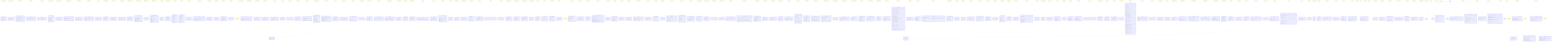
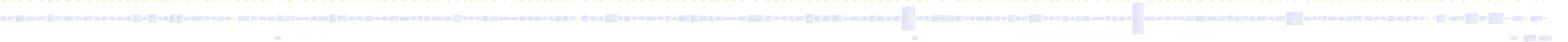
classDiagram
    class AppliedPresetTag {
        <<interface>>
        +name: string
        +orbitButton: ButtonToken
        +panButton: ButtonToken
    }
    note for AppliedPresetTag "src/render/cameraControls.ts"
    class ArchiveActions {
        <<interface>>
        +readonly canResume: boolean
        +readonly canReview: boolean
    }
    note for ArchiveActions "src/ui/widgets/archiveModel.ts"
    class ArchiveDeps {
        <<interface>>
        +readonly doc: Document
        +listArchive(): Promise~readonly ArchiveListing[]~
        +popScope(): void
        +pushScope(scope: ArchiveScope): void
        +registerOpenArchive(open: () =~ void): void
        +resumeArchived(id: string): Promise~void~
        +reviewArchived(id: string): Promise~void~
    }
    note for ArchiveDeps "src/ui/widgets/archive.ts"
    class ArchivedMeta {
        <<interface>>
        +readonly players: Readonly~Record~string, string~~
        +readonly result: string
        +readonly startedAt: number
    }
    note for ArchivedMeta "src/persist/archive.ts"
    class ArchiveInspect {
        <<interface>>
+         +getEndState(): EndState
        +listArchive(): Promise~readonly ArchiveListing[]~
    }
    note for ArchiveInspect "src/debug/window.ts"
    class ArchiveItem {
        <<interface>>
        +readonly canResume: boolean
        +readonly canReview: boolean
        +readonly conflicted: boolean
        +readonly headHash: string
        +readonly id: string
        +readonly playersLabel: string
        +readonly result: string
        +readonly startedAt: number
    }
    note for ArchiveItem "src/ui/widgets/archiveModel.ts"
    class ArchiveListing {
        <<interface>>
        +readonly id: string
        +readonly meta: ArchiveListingMeta
    }
    note for ArchiveListing "src/ui/widgets/archiveModel.ts"
    class ArchiveListingMeta {
        <<interface>>
        +readonly headHash: string
        +readonly players: Readonly~Record~string, string~~
        +readonly result: string
        +readonly startedAt: number
    }
    note for ArchiveListingMeta "src/ui/widgets/archiveModel.ts"
    class ArchiveModel {
        <<interface>>
        +readonly isEmpty: boolean
        +readonly items: readonly ArchiveItem[]
    }
    note for ArchiveModel "src/ui/widgets/archiveModel.ts"
    class ArchiveScope {
        <<interface>>
        +readonly bindings: Readonly~Record~string, string~~
        +readonly blocking: true
        +readonly id: string
    }
    note for ArchiveScope "src/ui/widgets/archive.ts"
    class Axis {
        <<interface>>
        +readonly category: LineCategory
        +readonly vec: Coord
    }
    note for Axis "src/core/axes.ts"
    class BannerButton {
        <<interface>>
        +readonly commandId: string
        +readonly enabled: boolean
        +readonly label: string
    }
    note for BannerButton "src/ui/widgets/bannerModel.ts"
    class BannerContext {
        <<interface>>
        +readonly history: BannerHistory
        +readonly offTurnBlocks: number
    }
    note for BannerContext "src/ui/widgets/banner.ts"
    class BannerDeps {
        <<interface>>
        +readonly doc: Document
        +dispatch(commandId: string): boolean
    }
    note for BannerDeps "src/ui/widgets/banner.ts"
    class BannerHistory {
        <<interface>>
        +readonly canRedo: boolean
        +readonly canReset: boolean
        +readonly canUndo: boolean
    }
    note for BannerHistory "src/ui/widgets/bannerModel.ts"
    class BannerModel {
        <<interface>>
        +readonly blackCaptures: number
        +readonly blackCapturesLabel: string
        +readonly buttons: readonly BannerButton[]
        +readonly capturesSeparator: string
        +readonly player: Player
        +readonly status: 'turn' | 'winner'
        +readonly whiteCaptures: number
        +readonly whiteCapturesLabel: string
    }
    note for BannerModel "src/ui/widgets/bannerModel.ts"
    class BoardConfig {
        <<interface>>
        +readonly size: number
    }
    note for BoardConfig "src/ui/widgets/settingsModel.ts"
    class CameraPresetReadout {
        <<interface>>
        +maxDistance: number
        +minDistance: number
        +mouseButtons: Object
        +name: string
        +orbitButton: 'LEFT' | 'MIDDLE' | 'RIGHT'
        +panButton: 'LEFT' | 'MIDDLE' | 'RIGHT'
        +panSpeed: number
        +rotateSpeed: number
        +zoomSpeed: number
        +zoomToCursor: boolean
    }
    note for CameraPresetReadout "src/render/cameraControls.ts"
    class CameraReadout {
        <<interface>>
        +position: Object
        +target: Object
    }
    note for CameraReadout "src/render/scene.ts"
    class ColorFieldModel {
        <<interface>>
        +readonly key: string
        +readonly label: string
        +readonly value: string
    }
    note for ColorFieldModel "src/ui/widgets/settingsModel.ts"
    class ColorsPreview {
        <<interface>>
        +background: string
        +blackPiece: string
        +emptySphere: string
        +hoverHighlight: string
        +lineFaceDiagonal: string
        +lineOpacity: number
        +lineOrthogonal: string
        +lineSpaceDiagonal: string
        +tempPiece: string
        +whitePiece: string
        +winningLine: string
    }
    note for ColorsPreview "src/render/scene.ts"
    class ColorsReadout {
        <<interface>>
        +background: string
        +blackPiece: string
        +emptySphere: string
        +hoverHighlight: string
        +lineFaceDiagonal: string
        +lineOpacity: number
        +lineOrthogonal: string
        +lineSpaceDiagonal: string
        +tempPiece: string
        +whitePiece: string
        +winningLine: string
    }
    note for ColorsReadout "src/render/scene.ts"
    class Command {
        <<interface>>
        +readonly id: CommandId
        +run(ctx: CommandContext): void
    }
    note for Command "src/input/commands.ts"
    class CommandRegistry {
        <<interface>>
        +dispatch(id: CommandId, ctx: CommandContext): boolean
        +get(id: CommandId): Command | undefined
        +has(id: CommandId): boolean
        +ids(): CommandId[]
    }
    note for CommandRegistry "src/input/commands.ts"
    class ConfirmResult {
        <<interface>>
        +readonly commit: Coord | null
        +readonly next: TempPlacement
    }
    note for ConfirmResult "src/input/placement.ts"
    class ConflictedGame {
        <<interface>>
        +readonly mine: Game
        +readonly theirs: Game
    }
    note for ConflictedGame "src/persist/archive.ts"
    class ConflictedRecord {
        <<interface>>
        +readonly forks: Object
        +readonly size: number
    }
    note for ConflictedRecord "src/persist/archive.ts"
    class ConflictInput {
        <<interface>>
        +readonly meta: ArchivedMeta
        +readonly mineLog: EventLog
        +readonly size: number
        +readonly theirsLog: EventLog
    }
    note for ConflictInput "src/persist/archive.ts"
    class ConnectOptions {
        <<interface>>
        +readonly password: string
    }
    note for ConnectOptions "src/net/transport.ts"
    class ControlPreset {
        <<interface>>
        +readonly invertY: boolean
        +readonly maxDistance: number
        +readonly minDistance: number
        +readonly orbit: Gesture
        +readonly orbitSpeed: number
        +readonly pan: Gesture
        +readonly panSpeed: number
        +readonly zoom: Gesture
        +readonly zoomSpeed: number
        +readonly zoomToCursor: boolean
    }
    note for ControlPreset "src/render/cameraPresets.ts"
    class ControlsConfig {
        <<interface>>
        +readonly preset: string
        +readonly presets: Readonly~Record~string, ControlPreset~~
    }
    note for ControlsConfig "src/render/cameraPresets.ts"
    class ControlsConfig {
        <<interface>>
        +readonly preset: string
        +readonly presets: Readonly~Record~string, unknown~~
    }
    note for ControlsConfig "src/ui/widgets/settingsModel.ts"
    class DragGuardConfig {
        <<interface>>
        +readonly enabled: boolean
        +readonly thresholdPx: number
    }
    note for DragGuardConfig "src/input/pointerGesture.ts"
    class EditableProbe {
        <<interface>>
        +readonly isContentEditable: boolean
        +readonly tagName: string
    }
    note for EditableProbe "src/input/keybindings.ts"
    class Emitter {
        <<interface>>
        +emit(payload: T): void
        +subscribe(fn: (payload: T) =~ void): () =~ void
    }
    note for Emitter "src/util/emitter.ts"
+     class EndState {
+         <<interface>>
+         +readonly iWon: boolean
+         +readonly rematchUi: RematchUi
+         +readonly resultText: string
+         +readonly show: boolean
+         +readonly winReason: WinReason | null
+         +readonly winner: Player | null
+     }
+     note for EndState "src/net/endState.ts"
+     class EndStateOverlayDeps {
+         <<interface>>
+         +readonly doc: Document
+         +getEndState(): EndState
+         +proposeRematch(): boolean
+         +respondRematch(accepted: boolean): boolean
+     }
+     note for EndStateOverlayDeps "src/ui/widgets/endStateOverlay.ts"
    class Entry {
        <<interface>>
        +fn: (payload: T) =~ void
    }
    note for Entry "src/util/emitter.ts"
    class EventLog {
        <<interface>>
        +readonly entries: readonly LogEntry[]
    }
    note for EventLog "src/core/eventLog.ts"
    class GameExport {
        <<interface>>
        +readonly log: readonly Event[]
        +readonly settings: GameSettings
        +readonly size: number
    }
    note for GameExport "src/core/serialize.ts"
    class GameMeta {
        <<interface>>
        +readonly headHash: string
        +readonly players: Readonly~Record~string, string~~
        +readonly result: string
        +readonly startedAt: number
    }
    note for GameMeta "src/persist/db.ts"
    class GameRecord {
        <<interface>>
        +readonly id: string
        +readonly log: readonly Readonly~Record~string, unknown~~[]
        +readonly meta: GameMeta
    }
    note for GameRecord "src/persist/db.ts"
    class GameState {
        <<interface>>
        +readonly captures: Readonly~Record~Player, number~~
        +readonly pieces: Readonly~Record~NodeKey, Player~~
        +readonly size: number
        +readonly turn: Player
        +readonly winner: Player | null
        +readonly winningLine: readonly NodeKey[]
    }
    note for GameState "src/core/gameState.ts"
    class GenerateLineResult {
        <<interface>>
        +readonly line: Line
        +readonly ok: boolean
        +readonly warning: string
    }
    note for GenerateLineResult "src/core/lines.ts"
    class HandshakeState {
        <<interface>>
        +readonly pending: PendingProposal | null
        +readonly resolution: Resolution | null
    }
    note for HandshakeState "src/net/handshake.ts"
    class HelpDeps {
        <<interface>>
        +readonly doc: Document
        +getHelpSources(): HelpSources
        +popScope(): void
        +pushScope(scope: HelpScope): void
        +registerOpenHelp(open: () =~ void): void
    }
    note for HelpDeps "src/ui/widgets/help.ts"
    class HelpModel {
        <<interface>>
        +readonly rows: readonly HelpRow[]
    }
    note for HelpModel "src/ui/widgets/helpModel.ts"
    class HelpRow {
        <<interface>>
        +readonly commandId: string
        +readonly keys: readonly string[]
        +readonly label: string
    }
    note for HelpRow "src/ui/widgets/helpModel.ts"
    class HelpScope {
        <<interface>>
        +readonly bindings: Readonly~Record~string, string~~
        +readonly blocking: true
        +readonly id: string
    }
    note for HelpScope "src/ui/widgets/help.ts"
    class HelpSources {
        <<interface>>
        +readonly bindings: Readonly~Record~string, string~~
        +readonly commandIds: readonly string[]
        +readonly labels: Readonly~Record~string, string~~
    }
    note for HelpSources "src/ui/widgets/helpModel.ts"
    class HistoryFacts {
        <<interface>>
        +readonly maxPly: number
        +readonly viewedPly: number
    }
    note for HistoryFacts "src/ui/widgets/sliderModel.ts"
    class HistoryReadout {
        <<interface>>
        +maxPly: number
        +scrubbing: boolean
        +viewedPly: number
    }
    note for HistoryReadout "src/render/scene.ts"
    class HistorySliderDeps {
        <<interface>>
        +readonly doc: Document
        +getHistory(): HistoryFacts
        +scrubTo(k: number): void
    }
    note for HistorySliderDeps "src/ui/widgets/historySlider.ts"
    class HoverLookup {
        <<interface>>
        +readonly byId: ReadonlyMap~LineId, LineRef~
        +readonly linesThrough: ReadonlyMap~NodeKey, readonly LineRef[]~
    }
    note for HoverLookup "src/render/hover.ts"
    class HoverTarget {
        <<interface>>
        +readonly lines: readonly LineId[]
        +readonly nodes: readonly NodeKey[]
        +readonly pieces: readonly NodeKey[]
    }
    note for HoverTarget "src/render/hover.ts"
    class InputHandle {
        <<interface>>
        +readonly registry: CommandRegistry
        +dispatch(id: string): boolean
        +dispose(): void
        +handleChord(chord: string): KeyResolution
        +pop(): void
        +push(scope: Scope): void
        +readout(): InputReadout
        +stack(): ScopeStack
    }
    note for InputHandle "src/input/setup.ts"
    class InputReadout {
        <<interface>>
        +commands: string[]
        +scopes: string[]
    }
    note for InputReadout "src/input/setup.ts"
    class InstanceRange {
        <<interface>>
        +readonly count: number
        +readonly start: number
    }
    note for InstanceRange "src/render/linesLayout.ts"
    class KeybindingRow {
        <<interface>>
        +readonly commandId: string
        +readonly key: string
    }
    note for KeybindingRow "src/ui/widgets/settingsModel.ts"
    class KeyChordEvent {
        <<interface>>
        +readonly altKey: boolean
        +readonly ctrlKey: boolean
        +readonly key: string
        +readonly metaKey: boolean
        +readonly shiftKey: boolean
    }
    note for KeyChordEvent "src/input/keybindings.ts"
    class KeyResolution {
        <<interface>>
        +readonly commandId: CommandId | null
        +readonly handled: boolean
        +readonly scopeId: string | null
    }
    note for KeyResolution "src/input/scopes.ts"
    class LayoutConfig {
        <<interface>>
        +readonly widgets: Readonly~Record~string, WidgetPlacement~~
    }
    note for LayoutConfig "src/ui/layout.ts"
    class LayoutReadout {
        <<interface>>
        +zones: Record~string, string[]~
    }
    note for LayoutReadout "src/ui/container.ts"
    class LifecycleObservation {
        <<interface>>
        +readonly generation: number
        +readonly hasWinner: boolean
        +readonly ply: number
    }
    note for LifecycleObservation "src/persist/gameLifecycle.ts"
    class LifecycleState {
        <<interface>>
        +readonly finalized: boolean
        +readonly generation: number
        +readonly ply: number
    }
    note for LifecycleState "src/persist/gameLifecycle.ts"
    class LifecycleTransition {
        <<interface>>
        +readonly finalizeCurrent: boolean
        +readonly mintFresh: boolean
        +readonly next: LifecycleState
    }
    note for LifecycleTransition "src/persist/gameLifecycle.ts"
    class LightingConfig {
        <<interface>>
        +ambient: Object
        +directional: Object
    }
    note for LightingConfig "src/render/sceneConfig.ts"
    class LightingReadout {
        <<interface>>
        +ambient: Object
        +background: number
        +directional: Object
    }
    note for LightingReadout "src/render/scene.ts"
    class Line {
        <<interface>>
        +readonly axisIndex: number
        +readonly category: LineCategory
        +readonly entryNode: Coord
        +readonly id: LineId
        +readonly nodes: Coord[]
    }
    note for Line "src/core/lines.ts"
    class LineColorsConfig {
        <<interface>>
        +hoverHighlight: string
        +lineFaceDiagonal: string
        +lineOpacity: number
        +lineOrthogonal: string
        +lineSpaceDiagonal: string
    }
    note for LineColorsConfig "src/render/lines.ts"
    class LineGeometryConfig {
        <<interface>>
        +lineThickness: number
        +spacing: number
    }
    note for LineGeometryConfig "src/render/lines.ts"
    class LineGroup {
        <<interface>>
        +readonly lines: readonly Line[]
        +readonly rangeOf: ReadonlyMap~LineId, InstanceRange~
        +readonly segmentCount: number
        +readonly segments: readonly LineSegment[]
    }
    note for LineGroup "src/render/linesLayout.ts"
    class LineGroupReadout {
        <<interface>>
        +blending: BlendMode
        +category: LineCategory
        +highlightedSegmentCount: number
        +lineCount: number
        +segmentCount: number
        +visible: boolean
    }
    note for LineGroupReadout "src/render/lines.ts"
    class LineRef {
        <<interface>>
        +readonly category: LineCategory
        +readonly id: LineId
        +readonly nodeKeys: readonly NodeKey[]
    }
    note for LineRef "src/render/hover.ts"
    class LineSegment {
        <<interface>>
        +readonly a: Coord
        +readonly b: Coord
        +readonly lineId: LineId
    }
    note for LineSegment "src/render/linesLayout.ts"
    class LinesHandle {
        <<interface>>
        +readonly object: THREE.Group
        +dispose(): void
        +getVisibleLines(): LineGroupReadout[]
        +highlight(lineIds: readonly LineId[]): void
        +pickables(): Object[]
        +rangeOf(category: LineCategory, lineId: LineId): Object | null
        +setBaseColor(category: LineCategory, hex: string): string
        +setBlending(category: LineCategory, mode: BlendMode): BlendMode
        +setOpacity(opacity: number): number
        +setVisible(category: LineCategory, visible: boolean): void
    }
    note for LinesHandle "src/render/lines.ts"
    class LogEntry {
        <<interface>>
        +readonly event: Event
        +readonly hash: string
    }
    note for LogEntry "src/core/eventLog.ts"
    class Logger {
        <<interface>>
        +debug(args: unknown[]): void
        +error(args: unknown[]): void
        +info(args: unknown[]): void
        +trace(args: unknown[]): void
        +warn(args: unknown[]): void
    }
    note for Logger "src/debug/log.ts"
    class MarkerColorsConfig {
        <<interface>>
        +emptySphere: string
        +hoverHighlight: string
    }
    note for MarkerColorsConfig "src/render/markers.ts"
    class MarkerGeometryConfig {
        <<interface>>
        +markerRadius: number
        +sphereSegments: Object
    }
    note for MarkerGeometryConfig "src/render/markers.ts"
    class MarkerIndex {
        <<interface>>
        +readonly count: number
        +readonly instanceIdOf: ReadonlyMap~NodeKey, number~
        +readonly nodeOfInstance: readonly NodeKey[]
    }
    note for MarkerIndex "src/render/markersLayout.ts"
    class MarkerMaterialsConfig {
        <<interface>>
        +markerDepthWrite: boolean
        +markerOpacity: number
    }
    note for MarkerMaterialsConfig "src/render/markers.ts"
    class MarkerNodeReadout {
        <<interface>>
        +highlighted: boolean
        +instanceColorHex: string
        +instanceId: number
        +node: NodeKey
        +visible: boolean
    }
    note for MarkerNodeReadout "src/render/markers.ts"
    class MarkerRenderingConfig {
        <<interface>>
        +marker: Object
    }
    note for MarkerRenderingConfig "src/render/markers.ts"
    class MarkersHandle {
        <<interface>>
        +readonly object: THREE.Group
        +dispose(): void
        +getMarkers(query: readonly NodeKey[]): MarkersReadout
        +highlight(nodes: readonly NodeKey[]): void
        +setColor(hex: string): string
        +setMaterial(params: Object): void
        +sync(state: GameState): void
    }
    note for MarkersHandle "src/render/markers.ts"
    class MarkersReadout {
        <<interface>>
        +baseColorHex: string
        +count: number
        +highlightedCount: number
        +materialEmissiveIntensity: number
        +metalness: number
        +nodes: MarkerNodeReadout[]
        +opacity: number
        +roughness: number
        +visibleCount: number
    }
    note for MarkersReadout "src/render/markers.ts"
    class MenuDeps {
        <<interface>>
        +readonly doc: Document
        +readonly entries: readonly MenuEntrySpec[]
        +dispatch(commandId: string): boolean
        +popScope(): void
        +pushScope(scope: MenuScope): void
    }
    note for MenuDeps "src/ui/widgets/menu.ts"
    class MenuEntrySpec {
        <<interface>>
        +readonly commandId: string
        +readonly id: string
        +readonly label: string
        +readonly order: number
        +readonly visible: boolean
    }
    note for MenuEntrySpec "src/ui/widgets/menuModel.ts"
    class MenuItem {
        <<interface>>
        +readonly commandId: string
        +readonly id: string
        +readonly label: string
    }
    note for MenuItem "src/ui/widgets/menuModel.ts"
    class MenuModel {
        <<interface>>
        +readonly items: readonly MenuItem[]
    }
    note for MenuModel "src/ui/widgets/menuModel.ts"
    class MenuOpenState {
        <<interface>>
        +readonly open: boolean
    }
    note for MenuOpenState "src/ui/widgets/menuModel.ts"
    class MenuScope {
        <<interface>>
        +readonly bindings: Readonly~Record~string, string~~
        +readonly blocking: boolean
        +readonly id: string
    }
    note for MenuScope "src/ui/widgets/menu.ts"
    class MqttClientLike {
        <<interface>>
        +end(): this
        +on(event: 'connect', cb: () =~ void): this
        +on(event: 'error', cb: (err: Error) =~ void): this
        +on(event: 'message', cb: (topic: string, payload: Uint8Array, packet: Object) =~ void): this
        +on(event: string, cb: (...args: never[]) =~ void): this
        +publish(topic: string, payload: string, opts: MqttPublishOptions, cb: () =~ void): this
        +subscribe(topics: string[], cb: (err: Error | null) =~ void): this
    }
    note for MqttClientLike "src/net/mqttTransport.ts"
    class MqttConnectOptions {
        <<interface>>
        +readonly clientId: string
        +readonly connectTimeout: number
        +readonly password: string
        +readonly reconnectPeriod: number
        +readonly username: string
        +readonly will: MqttWill
    }
    note for MqttConnectOptions "src/net/mqttTransport.ts"
    class MqttPublishOptions {
        <<interface>>
        +readonly qos: 0 | 1 | 2
        +readonly retain: boolean
    }
    note for MqttPublishOptions "src/net/mqttTransport.ts"
    class MqttTransportDeps {
        <<interface>>
        +readonly connect: MqttConnectFn
        +readonly peerId: string
    }
    note for MqttTransportDeps "src/net/mqttTransport.ts"
    class MqttWill {
        <<interface>>
        +readonly payload: string
        +readonly qos: 0 | 1 | 2
        +readonly retain: boolean
        +readonly topic: string
    }
    note for MqttWill "src/net/mqttTransport.ts"
    class NetDeps {
        <<interface>>
        +readonly doc: Document
        +copyToClipboard(text: string): Promise~void~
        +getNet(): NetSessionState
    }
    note for NetDeps "src/ui/widgets/net.ts"
    class NetHooks {
        <<interface>>
        +canPlace(): boolean
        +getHandshake(): HandshakeState
        +getNet(): NetSessionState
        +getNetGameState(): GameState | null
        +getNetHeadHash(): string | null
        +host(): void
        +join(): void
        +leaveNet(): void
        +place(coords: Coord): GameState
        +propose(action: string): boolean
        +respond(accepted: boolean): boolean
        +resync(): void
        +setPendingJoinCode(code: string): void
    }
    note for NetHooks "src/render/scene.ts"
    class NetModel {
        <<interface>>
        +readonly code: string | null
        +readonly conflict: boolean
        +readonly conflictText: string | null
        +readonly joinErrorText: string | null
        +readonly panel: NetPanel
        +readonly seatText: string | null
        +readonly statusText: string
    }
    note for NetModel "src/ui/widgets/netModel.ts"
    class NetPanelDeps {
        <<interface>>
        +readonly doc: Document
        +dispatch(commandId: string): boolean
        +popScope(): void
        +pushScope(scope: NetPanelScope): void
        +registerOpenNetwork(open: () =~ void): void
        +setPendingJoinCode(code: string): void
    }
    note for NetPanelDeps "src/ui/widgets/netPanel.ts"
    class NetPanelModel {
        <<interface>>
        +readonly canonicalCode: string | null
        +readonly codeError: string | null
        +readonly codeValid: boolean
        +readonly effectiveCode: string
        +readonly placeholder: string
        +readonly recentRows: readonly NetPanelRecentRow[]
        +readonly text: string
    }
    note for NetPanelModel "src/ui/widgets/netPanelModel.ts"
    class NetPanelRecentRow {
        <<interface>>
        +readonly code: string
    }
    note for NetPanelRecentRow "src/ui/widgets/netPanelModel.ts"
    class NetPanelScope {
        <<interface>>
        +readonly bindings: Readonly~Record~string, string~~
        +readonly blocking: boolean
        +readonly id: string
    }
    note for NetPanelScope "src/ui/widgets/netPanel.ts"
    class NetPanelState {
        <<interface>>
        +readonly placeholder: string
        +readonly recent: readonly string[]
        +readonly text: string
    }
    note for NetPanelState "src/ui/widgets/netPanelModel.ts"
    class NetSessionDeps {
        <<interface>>
        +now: () =~ number
        +rand: () =~ number
        +readonly db: IDBDatabase
        +readonly playerId: string
        +readonly size: number
        +createTransport(): Transport
    }
    note for NetSessionDeps "src/net/session.ts"
    class NetSessionState {
        <<interface>>
        +readonly code: string | null
        +readonly joinError: JoinErrorReason | null
        +readonly peerPresent: boolean
        +readonly phase: NetPhase
        +readonly seat: NetSeat
    }
    note for NetSessionState "src/ui/widgets/netModel.ts"
    class OpacityFieldModel {
        <<interface>>
        +readonly key: string
        +readonly label: string
        +readonly value: number
    }
    note for OpacityFieldModel "src/ui/widgets/settingsModel.ts"
    class PendingProposal {
        <<interface>>
        +readonly action: string
        +readonly direction: ProposalDirection
        +readonly id: string
        +readonly proposedBy: Player
    }
    note for PendingProposal "src/net/handshake.ts"
    class PenteInspect {
        <<interface>>
        +applyConfig(section: ConfigSection): void
        +clickAt(ndcX: number, ndcY: number): GameState | null
        +dispatch(id: string): boolean | null
        +getArchive(): Promise~readonly ArchiveListing[]~
        +getBannerContext(): BannerContext | null
        +getCamera(): CameraReadout | null
        +getCameraPreset(): CameraPresetReadout | null
        +getColors(): ColorsReadout | null
+         +getEndState(): EndState
        +getHandshake(): HandshakeState
        +getHeadHash(): string | null
        +getHelpSources(): HelpSources | null
        +getHistory(): HistoryReadout | null
        +getHoverTarget(): HoverTarget | null
        +getInput(): InputReadout | null
        +getInteraction(): DragGuardConfig | null
        +getLayout(): LayoutReadout | null
        +getLighting(): LightingReadout | null
        +getMarkers(query: readonly string[]): MarkersReadout | null
        +getNet(): NetSessionState | null
        +getPieces(): PieceReadout[] | null
        +getState(): GameState | null
        +getTemp(): TempReadout | null
        +getTurnGate(): TurnGateReadout | null
        +getViewportSize(): ViewportReadout | null
        +getVisibleLines(): LineGroupReadout[] | null
        +getWinLine(): WinLineReadout | null
        +hoverAt(ndcX: number, ndcY: number): HoverTarget | null
        +leaveNet(): void
        +pickAt(ndcX: number, ndcY: number): RaycastHit | null
        +place(coords: Coord): GameState | null
        +pressKey(chord: string): KeyResolution | null
        +propose(action: string): boolean
        +radiusOf(node: Coord): number | null
        +rayNodeDistances(ndcX: number, ndcY: number): Object[]
        +respond(accepted: boolean): boolean
        +resync(): void
        +scrubTo(k: number): void
        +setCamera(position: Object, target: Object): void
        +setConfig(section: ConfigSection, partial: Record~string, unknown~): void
        +setPendingJoinCode(code: string): void
    }
    note for PenteInspect "src/debug/window.ts"
    class PickableLineMesh {
        <<interface>>
        +readonly category: LineCategory
        +readonly mesh: THREE.Object3D
    }
    note for PickableLineMesh "src/render/picking.ts"
    class PickGeometryConfig {
        <<interface>>
        +markerRadius: number
        +pickPadding: number
        +pieceRadius: number
        +spacing: number
    }
    note for PickGeometryConfig "src/render/picking.ts"
    class PickingHandle {
        <<interface>>
        +readonly object: THREE.Group
        +dispose(): void
        +pickAt(ndcX: number, ndcY: number, camera: THREE.Camera, state: GameState, lineMeshes: readonly PickableLineMesh[]): RaycastHit | null
        +radiusOf(node: Coord): number | null
        +sync(state: GameState): void
        +worldOf(node: Coord): Object
    }
    note for PickingHandle "src/render/picking.ts"
    class PickRadiusInput {
        <<interface>>
        +readonly markerRadius: number
        +readonly occupied: boolean
        +readonly padding: number
        +readonly pieceRadius: number
        +readonly spacing: number
    }
    note for PickRadiusInput "src/render/pickRadius.ts"
    class PieceAdd {
        <<interface>>
        +readonly node: NodeKey
        +readonly owner: Player
    }
    note for PieceAdd "src/render/piecesDiff.ts"
    class PieceColorsConfig {
        <<interface>>
        +blackPiece: string
        +whitePiece: string
    }
    note for PieceColorsConfig "src/render/pieces.ts"
    class PieceDiff {
        <<interface>>
        +readonly adds: readonly PieceAdd[]
        +readonly recolors: readonly PieceRecolor[]
        +readonly removes: readonly NodeKey[]
    }
    note for PieceDiff "src/render/piecesDiff.ts"
    class PieceEntry {
        <<interface>>
        +fadeDir: -1 | 0 | 1
        +material: THREE.MeshStandardMaterial
        +mesh: THREE.Mesh
        +owner: Player
        +targetOpacity: number
    }
    note for PieceEntry "src/render/pieces.ts"
    class PieceGeometryConfig {
        <<interface>>
        +pieceRadius: number
        +spacing: number
        +sphereSegments: Object
    }
    note for PieceGeometryConfig "src/render/pieces.ts"
    class PieceMaterialsConfig {
        <<interface>>
        +pieceOpacity: number
    }
    note for PieceMaterialsConfig "src/render/pieces.ts"
    class PieceReadout {
        <<interface>>
        +emissiveIntensity: number
        +fadingOut: boolean
        +metalness: number
        +node: NodeKey
        +opacity: number
        +owner: Player
        +position: Object
        +roughness: number
    }
    note for PieceReadout "src/render/pieces.ts"
    class PieceRecolor {
        <<interface>>
        +readonly from: Player
        +readonly node: NodeKey
        +readonly to: Player
    }
    note for PieceRecolor "src/render/piecesDiff.ts"
    class PieceRenderingConfig {
        <<interface>>
        +piece: Object
        +pieceFadeMs: number
    }
    note for PieceRenderingConfig "src/render/pieces.ts"
    class PiecesHandle {
        <<interface>>
        +readonly object: THREE.Group
        +count(): number
        +dispose(): void
        +getColors(): Object
        +getPieces(): PieceReadout[]
        +highlight(nodes: readonly NodeKey[], color: string, boost: number): void
        +setColors(next: Object): Object
        +setMaterial(params: Object): void
        +sync(state: GameState): void
        +tick(deltaMs: number): void
    }
    note for PiecesHandle "src/render/pieces.ts"
    class PlaceEvent {
        <<interface>>
        +readonly node: NodeKey
        +readonly type: 'place'
    }
    note for PlaceEvent "src/core/eventLog.ts"
    class PointerPos {
        <<interface>>
        +readonly x: number
        +readonly y: number
    }
    note for PointerPos "src/input/pointerGesture.ts"
    class PresenceSignal {
        <<interface>>
        +readonly kind: PresenceKind
        +readonly peerId: string
    }
    note for PresenceSignal "src/net/presence.ts"
    class ProposalMessage {
        <<interface>>
        +readonly action: string
        +readonly id: string
        +readonly kind: 'proposal'
        +readonly proposedBy: Player
    }
    note for ProposalMessage "src/net/sync.ts"
    class RedoEvent {
        <<interface>>
        +readonly type: 'redo'
    }
    note for RedoEvent "src/core/eventLog.ts"
    class RelayConfig {
        <<interface>>
        +readonly password: string
        +readonly topicRoot: string
        +readonly username: string
        +readonly wssUrl: string
    }
    note for RelayConfig "src/config/config.ts"
    class Resolution {
        <<interface>>
        +readonly action: string
        +readonly direction: ProposalDirection
        +readonly id: string
        +readonly outcome: ResolutionOutcome
    }
    note for Resolution "src/net/handshake.ts"
    class ResolvedCameraPreset {
        <<interface>>
        +readonly name: string
    }
    note for ResolvedCameraPreset "src/render/cameraPresets.ts"
    class ResolvedLayout {
        <<interface>>
        +readonly zones: Readonly~Record~string, readonly ResolvedWidget[]~~
    }
    note for ResolvedLayout "src/ui/layout.ts"
    class ResolvedLineGroup {
        <<interface>>
        +readonly blending: BlendMode
        +readonly visible: boolean
    }
    note for ResolvedLineGroup "src/render/linesLayout.ts"
    class ResolvedSceneConfig {
        <<interface>>
        +ambient: Object
        +background: number
        +directional: Object
    }
    note for ResolvedSceneConfig "src/render/sceneConfig.ts"
    class ResolvedWidget {
        <<interface>>
        +readonly id: string
        +readonly offset: Object
        +readonly order: number
    }
    note for ResolvedWidget "src/ui/layout.ts"
    class ResponseMessage {
        <<interface>>
        +readonly accepted: boolean
        +readonly kind: 'response'
        +readonly proposalId: string
    }
    note for ResponseMessage "src/net/sync.ts"
    class SceneColorsConfig {
        <<interface>>
        +background: string
    }
    note for SceneColorsConfig "src/render/sceneConfig.ts"
    class SceneHandle {
        <<interface>>
        +camera: THREE.PerspectiveCamera
        +controls: OrbitControls
        +renderer: THREE.WebGLRenderer
        +scene: THREE.Scene
        +adoptNetState(): void
        +applyColors(preview: ColorsPreview): ColorsReadout
        +applyConfig(section: ConfigSection): void
        +clickAt(ndcX: number, ndcY: number): GameState | null
        +dispatch(id: string): boolean
        +dispose(): void
        +getBannerContext(): BannerContext
        +getCamera(): CameraReadout
        +getCameraPreset(): CameraPresetReadout
        +getColors(): ColorsReadout
        +getGame(): Game
        +getHandshake(): HandshakeState
        +getHeadHash(): string
        +getHelpSources(): HelpSources
        +getHistory(): HistoryReadout
        +getHoverTarget(): HoverTarget | null
        +getInput(): InputReadout
        +getInteraction(): DragGuardConfig
        +getLighting(): LightingReadout
        +getMarkers(query: readonly string[]): MarkersReadout
        +getNet(): NetSessionState
        +getPieces(): PieceReadout[]
        +getState(): GameState
        +getTemp(): TempReadout
        +getTurnGate(): TurnGateReadout
        +getViewportSize(): ViewportReadout
        +getVisibleLines(): LineGroupReadout[]
        +getWinLine(): WinLineReadout
        +hoverAt(ndcX: number, ndcY: number): HoverTarget | null
        +leaveNet(): void
        +loadGame(loaded: Game): void
        +onNewGame(listener: () =~ void): () =~ void
        +onStateChange(listener: () =~ void): () =~ void
        +pickAt(ndcX: number, ndcY: number): RaycastHit | null
        +pickRadiusOf(node: Coord): number | null
        +place(coords: Coord): GameState
        +popScope(): void
        +pressKey(chord: string): KeyResolution
        +propose(action: string): boolean
        +pushScope(scope: Scope): void
        +rayNodeDistances(ndcX: number, ndcY: number): Object[]
        +respond(accepted: boolean): boolean
        +resync(): void
        +scrubTo(k: number): void
        +setCamera(position: Object, target: Object): void
        +setNetHooks(hooks: NetHooks): void
        +setOpenArchive(open: () =~ void): void
        +setOpenHelp(open: () =~ void): void
        +setOpenNetwork(open: () =~ void): void
        +setOpenSettings(open: () =~ void): void
        +setPendingJoinCode(code: string): void
    }
    note for SceneHandle "src/render/scene.ts"
    class Scope {
        <<interface>>
        +readonly bindings: Readonly~Record~string, CommandId~~
        +readonly blocking: boolean
        +readonly id: string
    }
    note for Scope "src/input/scopes.ts"
    class ScopeStack {
        <<interface>>
        +readonly scopes: readonly Scope[]
    }
    note for ScopeStack "src/input/scopes.ts"
    class ScrubResolution {
        <<interface>>
        +readonly atLive: boolean
        +readonly viewedPly: number
    }
    note for ScrubResolution "src/ui/widgets/sliderModel.ts"
    class SeatMap {
        <<interface>>
        +readonly black: string | null
        +readonly white: string | null
    }
    note for SeatMap "src/net/seats.ts"
    class SelectOption {
        <<interface>>
        +readonly selected: boolean
        +readonly value: T
    }
    note for SelectOption "src/ui/widgets/settingsModel.ts"
    class SettingsDeps {
        <<interface>>
        +readonly doc: Document
        +popScope(): void
        +pushScope(scope: SettingsScope): void
        +registerOpener(open: () =~ void): void
    }
    note for SettingsDeps "src/ui/widgets/settings.ts"
    class SettingsModel {
        <<interface>>
        +readonly boardSizeOptions: readonly SelectOption~number~[]
        +readonly colorFields: readonly ColorFieldModel[]
        +readonly keybindingRows: readonly KeybindingRow[]
        +readonly opacityField: OpacityFieldModel
        +readonly presetOptions: readonly SelectOption~string~[]
    }
    note for SettingsModel "src/ui/widgets/settingsModel.ts"
    class SettingsScope {
        <<interface>>
        +readonly bindings: Readonly~Record~string, string~~
        +readonly blocking: boolean
        +readonly id: string
    }
    note for SettingsScope "src/ui/widgets/settings.ts"
    class SettingsSources {
        <<interface>>
        +readonly board: BoardConfig
        +readonly colors: ColorsConfig
        +readonly controls: ControlsConfig
        +readonly keybindings: KeybindingsConfig
    }
    note for SettingsSources "src/ui/widgets/settingsModel.ts"
    class SliderModel {
        <<interface>>
        +readonly atLive: boolean
        +readonly enabled: boolean
        +readonly label: string
        +readonly max: number
        +readonly min: number
        +readonly value: number
    }
    note for SliderModel "src/ui/widgets/sliderModel.ts"
    class SyncMessage {
        <<interface>>
+         +readonly epoch: number
        +readonly headHash: string
        +readonly log: readonly Event[]
        +readonly version: number
    }
    note for SyncMessage "src/net/sync.ts"
    class TempPlacement {
        <<interface>>
        +readonly active: boolean
        +readonly preview: NodeKey | null
    }
    note for TempPlacement "src/input/placement.ts"
    class TempReadout {
        <<interface>>
        +active: boolean
        +preview: string | null
        +previewOpacity: number
    }
    note for TempReadout "src/render/scene.ts"
    class Transport {
        <<interface>>
        +connect(roomCode: string, opts: ConnectOptions): Promise~void~
        +disconnect(): void
        +onMessage(cb: MessageHandler): void
        +onPresence(cb: PresenceHandler): void
        +publish(msg: TransportMessage): void
    }
    note for Transport "src/net/transport.ts"
    class TurnGateReadout {
        <<interface>>
        +offTurnBlocks: number
    }
    note for TurnGateReadout "src/render/scene.ts"
    class UiContainerHandle {
        <<interface>>
        +readonly root: HTMLElement
        +dispose(): void
        +getLayout(): LayoutReadout
        +update(state: unknown, config: unknown): void
    }
    note for UiContainerHandle "src/ui/container.ts"
    class UiDeps {
        <<interface>>
        +copyToClipboard(text: string): Promise~void~
        +dispatch(commandId: string): boolean
+         +getEndState(): EndState
        +getHelpSources(): HelpSources
        +getHistory(): HistoryFacts
        +getNet(): NetSessionState
        +listArchive(): Promise~readonly ArchiveListing[]~
        +popScope(): void
+         +proposeRematch(): boolean
        +pushScope(scope: MenuScope | SettingsScope | HelpScope | ArchiveScope | NetPanelScope): void
        +registerOpenArchive(open: () =~ void): void
        +registerOpenHelp(open: () =~ void): void
        +registerOpenNetwork(open: () =~ void): void
        +registerOpener(open: () =~ void): void
+         +respondRematch(accepted: boolean): boolean
        +resumeArchived(id: string): Promise~void~
        +reviewArchived(id: string): Promise~void~
        +scrubTo(k: number): void
        +setPendingJoinCode(code: string): void
    }
    note for UiDeps "src/ui/setup.ts"
    class UiHandle {
        <<interface>>
        +readonly container: UiContainerHandle
        +getLayout(): LayoutReadout
    }
    note for UiHandle "src/ui/setup.ts"
    class UndoEvent {
        <<interface>>
        +readonly type: 'undo'
    }
    note for UndoEvent "src/core/eventLog.ts"
    class Vec3 {
        <<interface>>
        +x: number
        +y: number
        +z: number
    }
    note for Vec3 "src/render/sceneConfig.ts"
    class ViewportReadout {
        <<interface>>
        +aspect: number
        +height: number
        +width: number
    }
    note for ViewportReadout "src/render/scene.ts"
    class Widget {
        <<interface>>
        +readonly element: HTMLElement
        +dispose(): void
        +update(state: unknown, config: unknown): void
    }
    note for Widget "src/ui/registry.ts"
    class WidgetFactory {
        <<interface>>
        +readonly id: WidgetId
        +mount(deps: unknown): Widget
    }
    note for WidgetFactory "src/ui/registry.ts"
    class WidgetPlacement {
        <<interface>>
        +readonly offset: Object
        +readonly order: number
        +readonly visible: boolean
        +readonly zone: string
    }
    note for WidgetPlacement "src/ui/layout.ts"
    class WidgetRegistry {
        <<interface>>
        +get(id: WidgetId): WidgetFactory | undefined
        +has(id: WidgetId): boolean
        +ids(): WidgetId[]
        +knownIds(): Set~WidgetId~
    }
    note for WidgetRegistry "src/ui/registry.ts"
    class Window {
        <<interface>>
        +__pente: PenteInspect
    }
    note for Window "src/debug/window.ts"
-     class Window {
-         <<interface>>
-         +__penteRematchPrompt: () =~ boolean
-     }
-     note for Window "src/main.ts"
    class Window {
        <<interface>>
        +__penteNetTransportFactory: () =~ Transport
    }
    note for Window "src/net/appSession.ts"
    class Window {
        <<interface>>
        +__penteDbName: string
    }
    note for Window "src/persist/db.ts"
    class WinLineColorsConfig {
        <<interface>>
        +winningLine: string
    }
    note for WinLineColorsConfig "src/render/winLine.ts"
    class WinLineGeometryConfig {
        <<interface>>
        +lineThickness: number
        +spacing: number
    }
    note for WinLineGeometryConfig "src/render/winLine.ts"
    class WinLineHandle {
        <<interface>>
        +readonly object: THREE.Group
        +dispose(): void
        +getWinLine(): WinLineReadout
        +setColor(hex: string): number
        +sync(state: GameState): void
    }
    note for WinLineHandle "src/render/winLine.ts"
    class WinLinePlan {
        <<interface>>
        +readonly nodes: readonly Coord[]
        +readonly segments: readonly WinSegment[]
    }
    note for WinLinePlan "src/render/winLineLayout.ts"
    class WinLineReadout {
        <<interface>>
        +color: number
        +nodes: string[]
        +opacity: number
        +segmentCount: number
        +visible: boolean
    }
    note for WinLineReadout "src/render/winLine.ts"
    class WinLineRenderingConfig {
        <<interface>>
        +winLineOpacity: number
        +winLineThickness: number
    }
    note for WinLineRenderingConfig "src/render/winLine.ts"
    class WinSegment {
        <<interface>>
        +readonly a: Coord
        +readonly b: Coord
    }
    note for WinSegment "src/render/winLineLayout.ts"
    class ArchiveError {
    }
    note for ArchiveError "src/persist/archive.ts"
    class ExportError {
    }
    note for ExportError "src/core/serialize.ts"
    class Game {
        +canRedo(): boolean
        +canUndo(): boolean
        +get log(): EventLog
        +place(coords: Coord): void
        +ply(): number
        +redo(): void
        +state(): GameState
        +stateAt(k: number): GameState
        +static fromLog(size: number, log: EventLog): Game
        +undo(): void
    }
    note for Game "src/core/game.ts"
    class IllegalMove {
    }
    note for IllegalMove "src/core/gameState.ts"
    class MockRelayHub {
        +join(room: string, peer: MockTransport): void
        +leave(room: string, peer: MockTransport): void
        +peerIds(room: string): string[]
        +publish(room: string, sender: MockTransport, msg: TransportMessage): void
    }
    note for MockRelayHub "src/net/transport.ts"
    class MockTransport {
        +readonly peerId: string
        +connect(roomCode: string, _opts: ConnectOptions): Promise~void~
        +deliver(msg: TransportMessage): void
        +disconnect(): void
        +onMessage(cb: MessageHandler): void
        +onPresence(cb: PresenceHandler): void
        +presenceChanged(peers: readonly string[]): void
        +publish(msg: TransportMessage): void
    }
    note for MockTransport "src/net/transport.ts"
    class MqttTransport {
        +readonly peerId: string
        +connect(roomCode: string, _opts: ConnectOptions): Promise~void~
        +disconnect(): void
        +onMessage(cb: MessageHandler): void
        +onPresence(cb: PresenceHandler): void
        +publish(msg: TransportMessage): void
    }
    note for MqttTransport "src/net/mqttTransport.ts"
    class NetSession {
        +canPlace(): boolean
        +disconnect(): void
        +gameState(): GameState | null
        +getHandshake(): HandshakeState
        +host(rawCode: string): Promise~void~
        +join(rawCode: string): Promise~boolean~
        +onChange(listener: NetChangeListener): () =~ void
        +onHandshakeChange(listener: HandshakeChangeListener): () =~ void
        +place(coords: Coord): void
        +propose(action: string): boolean
+         +resetForRematch(): boolean
        +respond(accepted: boolean): boolean
        +state(): NetSessionState
        +syncEngine(): SyncEngine | null
        +undo(): void
    }
    note for NetSession "src/net/session.ts"
    class PresenceTracker {
        +apply(signal: PresenceSignal): boolean
        +candidatePeers(): string[]
        +hasLivePeer(): boolean
        +livePeers(): string[]
    }
    note for PresenceTracker "src/net/presence.ts"
    class SyncEngine {
        +conflictForks(): Object | null
        +connect(roomCode: string): Promise~void~
+         +epoch(): number
        +game(): Game
        +onChange(listener: () =~ void): () =~ void
        +onMessage(listener: (msg: ProposalMessage | ResponseMessage) =~ void): () =~ void
        +place(coords: Coord): void
        +placeLocalOnly(coords: Coord): void
        +publishHandshake(msg: ProposalMessage | ResponseMessage): void
        +publishState(): void
        +receive(msg: SyncMessage): void
+         +resetGame(newGame: Game, newMyColor: Player): void
        +status(): SyncStatus
        +undo(): void
        +whenSettled(): Promise~void~
    }
    note for SyncEngine "src/net/sync.ts"
    class SyncError {
    }
    note for SyncError "src/net/sync.ts"
    ControlPreset <|-- ResolvedCameraPreset
    Error <|-- ArchiveError
    Error <|-- ExportError
    Error <|-- IllegalMove
    Error <|-- SyncError
    GameRecord <|-- ConflictedRecord
    LineGroup <|-- ResolvedLineGroup
    Transport <|.. MockTransport
    Transport <|.. MqttTransport
